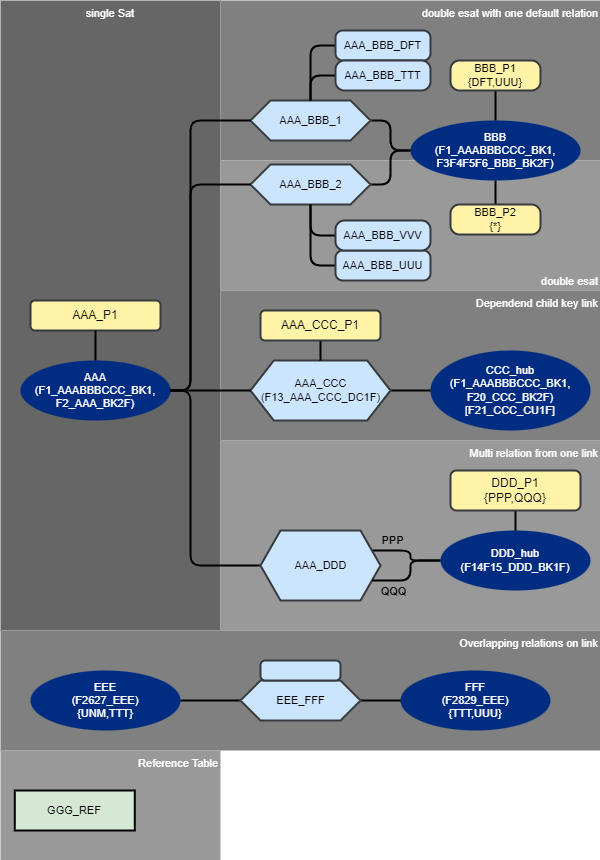
cimt-ag/data_vault_pipelinedescription keeps this draw.io diagram as documentation/images/test55_model.drawio.png. Above is the earlier version. Source tidied: cells renumbered, new cells last; positions are measured from the earlier drawing's top-left corner, leaving out a move shared by most shapes.
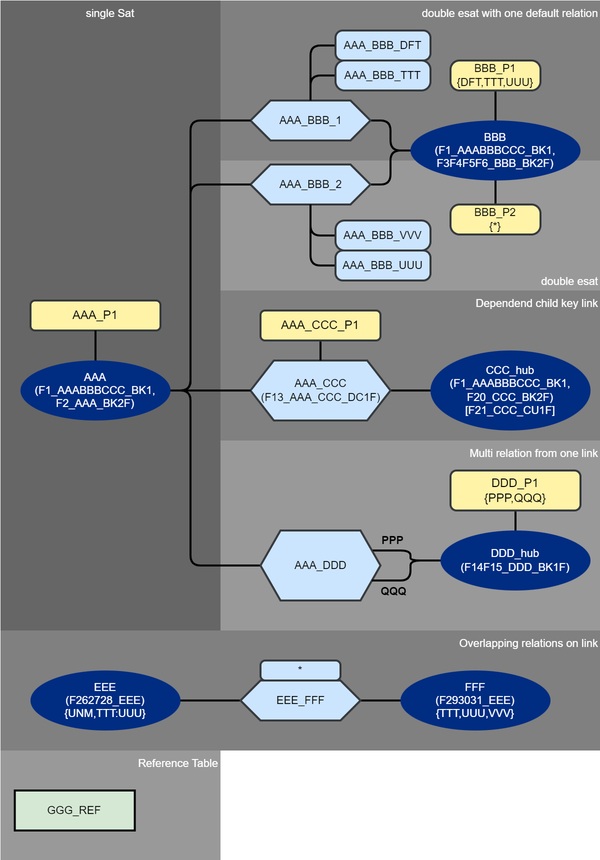
The same diagram one commit later.

Diff of the diagram source:
```diff
@@ -151,7 +151,7 @@
     <mxCell id="43" style="edgeStyle=orthogonalEdgeStyle;shape=connector;rounded=1;jumpStyle=none;jettySize=auto;html=1;labelBackgroundColor=default;strokeColor=default;strokeWidth=2;fontFamily=Helvetica;fontSize=11;fontColor=default;endArrow=none;endFill=0;" parent="10" edge="1" source="44" target="14">
       <mxGeometry relative="1" as="geometry" />
     </mxCell>
-    <mxCell id="44" value="BBB_P1&lt;br style=&quot;font-size: 11px;&quot;&gt;{DFT,UUU}" style="rounded=1;whiteSpace=wrap;html=1;strokeColor=#36393d;fillColor=#FFF3A8;strokeWidth=2;fontSize=11;arcSize=30;" parent="10" vertex="1">
+    <mxCell id="44" value="BBB_P1&lt;br style=&quot;font-size: 11px;&quot;&gt;{DFT,TTT,UUU}" style="rounded=1;whiteSpace=wrap;html=1;strokeColor=#36393d;fillColor=#FFF3A8;strokeWidth=2;fontSize=11;arcSize=30;" parent="10" vertex="1">
       <mxGeometry x="450" y="60" width="90" height="30" as="geometry" />
     </mxCell>
     <mxCell id="45" style="edgeStyle=orthogonalEdgeStyle;shape=connector;rounded=1;jumpStyle=none;jettySize=auto;html=1;labelBackgroundColor=default;strokeColor=default;strokeWidth=2;fontFamily=Helvetica;fontSize=11;fontColor=default;endArrow=none;endFill=0;" parent="10" edge="1" source="46" target="14">
@@ -163,10 +163,10 @@
     <mxCell id="47" style="edgeStyle=orthogonalEdgeStyle;shape=connector;rounded=1;jumpStyle=none;jettySize=auto;html=1;labelBackgroundColor=default;strokeColor=default;strokeWidth=2;fontFamily=Helvetica;fontSize=11;fontColor=default;endArrow=none;endFill=0;" parent="10" edge="1" source="48" target="51">
       <mxGeometry relative="1" as="geometry" />
     </mxCell>
-    <mxCell id="48" value="EEE&lt;br&gt;(F2627_EEE)&lt;br&gt;{UNM,TTT}" style="strokeWidth=2;html=1;shape=mxgraph.flowchart.start_1;whiteSpace=wrap;strokeColor=none;fontColor=#ffffff;fillColor=#002C82;fontFamily=Helvetica;fontSize=11;" parent="10" vertex="1">
+    <mxCell id="48" value="EEE&lt;br&gt;(F262728_EEE)&lt;br&gt;{UNM,TTT:UUU}" style="strokeWidth=2;html=1;shape=mxgraph.flowchart.start_1;whiteSpace=wrap;strokeColor=none;fontColor=#ffffff;fillColor=#002C82;fontFamily=Helvetica;fontSize=11;" parent="10" vertex="1">
       <mxGeometry x="30" y="670" width="150" height="60" as="geometry" />
     </mxCell>
-    <mxCell id="49" value="FFF&lt;br&gt;(F2829_EEE)&lt;br&gt;{TTT,UUU}" style="strokeWidth=2;html=1;shape=mxgraph.flowchart.start_1;whiteSpace=wrap;strokeColor=none;fontColor=#ffffff;fillColor=#002C82;fontFamily=Helvetica;fontSize=11;" parent="10" vertex="1">
+    <mxCell id="49" value="FFF&lt;br&gt;(F293031_EEE)&lt;br&gt;{TTT,UUU,VVV}" style="strokeWidth=2;html=1;shape=mxgraph.flowchart.start_1;whiteSpace=wrap;strokeColor=none;fontColor=#ffffff;fillColor=#002C82;fontFamily=Helvetica;fontSize=11;" parent="10" vertex="1">
       <mxGeometry x="400" y="670" width="150" height="60" as="geometry" />
     </mxCell>
     <mxCell id="50" style="edgeStyle=orthogonalEdgeStyle;shape=connector;rounded=1;jumpStyle=none;jettySize=auto;html=1;labelBackgroundColor=default;strokeColor=default;strokeWidth=2;fontFamily=Helvetica;fontSize=11;fontColor=default;endArrow=none;endFill=0;" parent="10" edge="1" source="51" target="49">
@@ -175,7 +175,7 @@
     <mxCell id="51" value="EEE_FFF" style="verticalLabelPosition=middle;verticalAlign=middle;html=1;shape=hexagon;perimeter=hexagonPerimeter2;arcSize=6;size=0.16666666666666666;fillColor=#cce5ff;strokeColor=#36393d;strokeWidth=2;fontFamily=Helvetica;fontSize=11;fontColor=default;labelPosition=center;align=center;" parent="10" vertex="1">
       <mxGeometry x="240" y="680" width="120" height="40" as="geometry" />
     </mxCell>
-    <mxCell id="52" style="rounded=1;whiteSpace=wrap;html=1;strokeColor=#36393d;fillColor=#cce5ff;strokeWidth=2;fontSize=11;arcSize=24;" parent="10" vertex="1">
+    <mxCell id="52" value="*" style="rounded=1;whiteSpace=wrap;html=1;strokeColor=#36393d;fillColor=#cce5ff;strokeWidth=2;fontSize=11;arcSize=24;" parent="10" vertex="1">
       <mxGeometry x="260" y="660" width="80" height="20" as="geometry" />
     </mxCell>
   </root>
```
